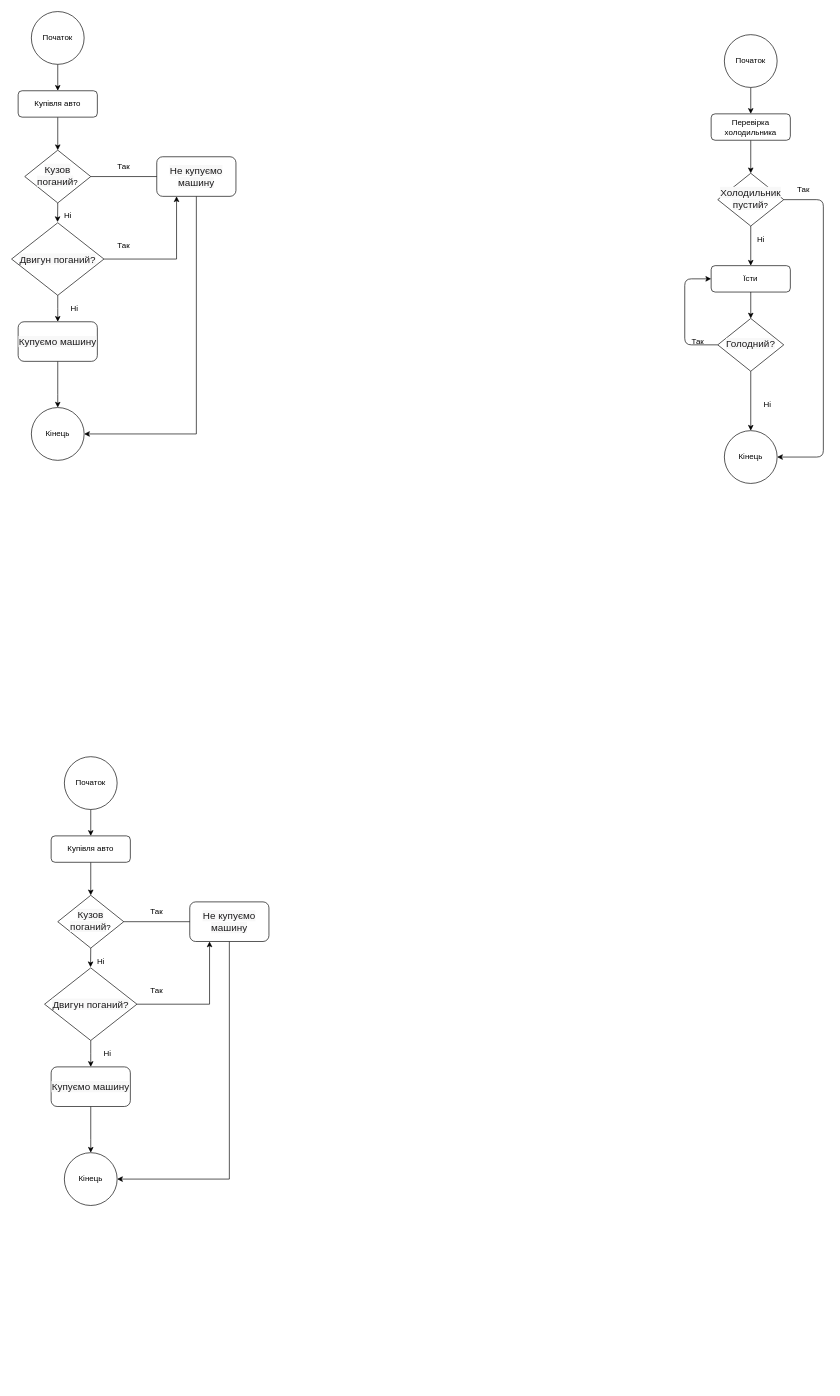
Before: lesson4/lesson4.drawio in lukianenkovitalii/intelistart, a draw.io diagram. Source tidied: cells renumbered, new cells numbered last; positions are measured from the earlier drawing's top-left corner, leaving out a move shared by most shapes. Both pictures are drawn from the tidied source at 66%, with x=0, y=0 at pixel (11, 11).
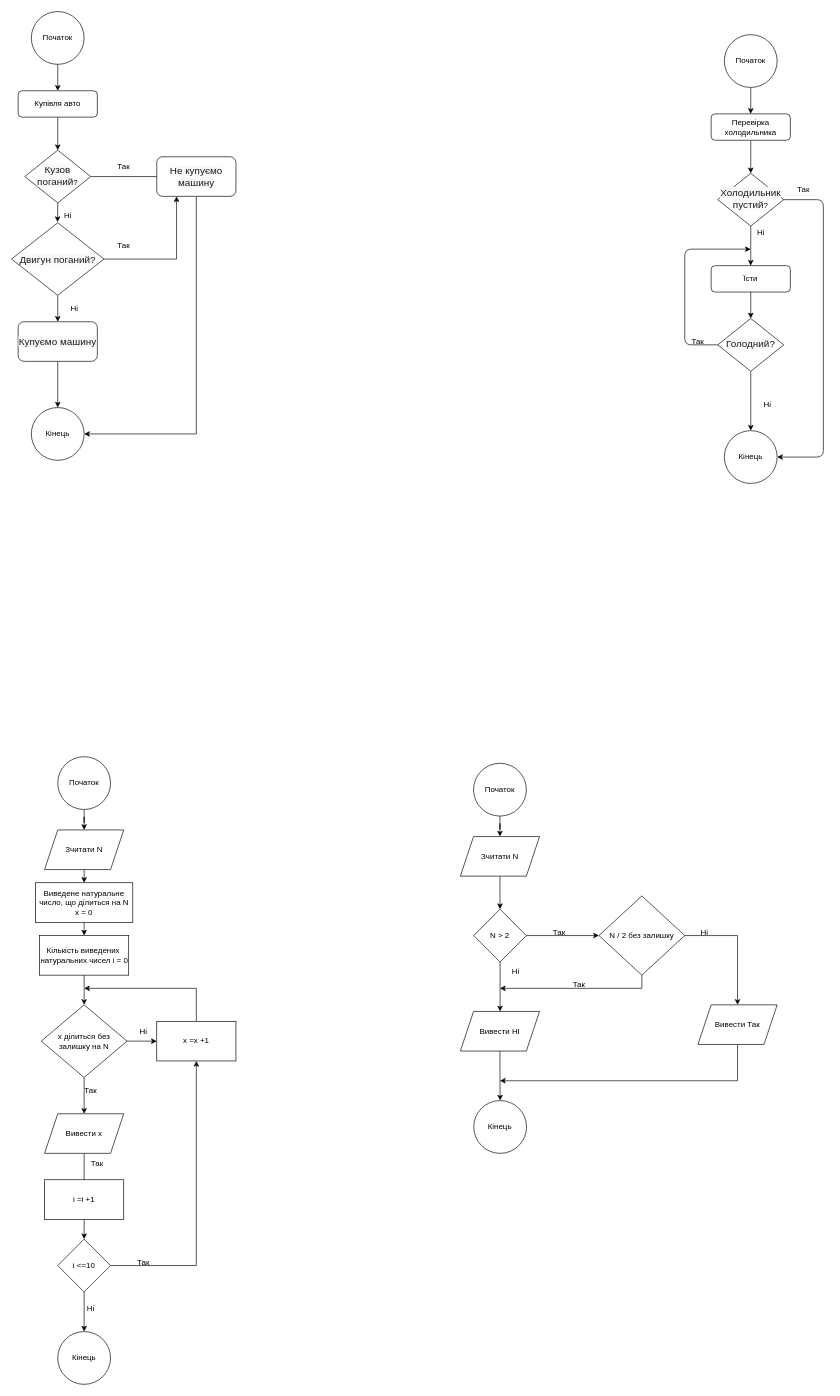
Above is the later version.

Unchanged cells that the change refers to:
```xml
<mxCell id="31" value="Їсти" style="rounded=1;whiteSpace=wrap;html=1;fontSize=12;glass=0;strokeWidth=1;shadow=0;" parent="1" vertex="1">
  <mxGeometry x="1060" y="385" width="120" height="40" as="geometry" />
</mxCell>
<mxCell id="34" value="&lt;div style=&quot;text-align: left&quot;&gt;&lt;font color=&quot;#1d1c1d&quot;&gt;&lt;span style=&quot;font-size: 15px ; background-color: rgb(248 , 248 , 248)&quot;&gt;Голодний?&lt;/span&gt;&lt;/font&gt;&lt;/div&gt;" style="rhombus;whiteSpace=wrap;html=1;shadow=0;fontFamily=Helvetica;fontSize=12;align=center;strokeWidth=1;spacing=6;spacingTop=-4;" parent="1" vertex="1">
  <mxGeometry x="1070" y="465" width="100" height="80" as="geometry" />
</mxCell>
```

What changed in the source:
```diff
@@
     <mxCell id="27" value="Ні" style="text;html=1;align=center;verticalAlign=middle;fillColor=none;strokeColor=none;rounded=0;" parent="1" vertex="1">
-      <mxGeometry x="1120" y="335" width="30" height="20" as="geometry" />
+      <mxGeometry x="1120" y="325" width="30" height="20" as="geometry" />
     </mxCell>
@@
-    <mxCell id="32" style="edgeStyle=orthogonalEdgeStyle;html=1;exitX=0;exitY=0.5;exitDx=0;exitDy=0;fontSize=12;entryX=0;entryY=0.5;entryDx=0;entryDy=0;" parent="1" edge="1" source="34" target="31">
+    <mxCell id="32" style="edgeStyle=orthogonalEdgeStyle;html=1;exitX=0;exitY=0.5;exitDx=0;exitDy=0;fontSize=12;" parent="1" edge="1" source="34">
       <mxGeometry relative="1" as="geometry">
+        <mxPoint x="1120" y="360" as="targetPoint" />
         <Array as="points">
           <mxPoint x="1020" y="505" />
-          <mxPoint x="1020" y="405" />
+          <mxPoint x="1020" y="360" />
+          <mxPoint x="1060" y="360" />
         </Array>
       </mxGeometry>
     </mxCell>
@@
-    <mxCell id="39" style="edgeStyle=orthogonalEdgeStyle;rounded=0;jettySize=auto;html=1;exitX=0.5;exitY=1;exitDx=0;exitDy=0;entryX=0.5;entryY=0;entryDx=0;entryDy=0;" parent="1" edge="1" source="40" target="43">
-      <mxGeometry relative="1" as="geometry" />
-    </mxCell>
-    <mxCell id="40" value="Купівля авто" style="rounded=1;whiteSpace=wrap;html=1;fontSize=12;glass=0;strokeWidth=1;shadow=0;" parent="1" vertex="1">
-      <mxGeometry x="60" y="1249" width="120" height="40" as="geometry" />
-    </mxCell>
-    <mxCell id="41" style="edgeStyle=orthogonalEdgeStyle;rounded=0;jettySize=auto;html=1;exitX=1;exitY=0.5;exitDx=0;exitDy=0;startArrow=none;" parent="1" edge="1" source="57">
-      <mxGeometry relative="1" as="geometry">
-        <mxPoint x="390" y="1379" as="targetPoint" />
-      </mxGeometry>
-    </mxCell>
-    <mxCell id="42" style="edgeStyle=orthogonalEdgeStyle;rounded=0;jettySize=auto;html=1;exitX=0.5;exitY=1;exitDx=0;exitDy=0;entryX=-0.01;entryY=0.946;entryDx=0;entryDy=0;entryPerimeter=0;" parent="1" edge="1" source="43" target="50">
-      <mxGeometry relative="1" as="geometry" />
-    </mxCell>
-    <mxCell id="43" value="&lt;span style=&quot;color: rgb(29, 28, 29); font-family: Slack-Lato, Slack-Fractions, appleLogo, sans-serif; font-size: 15px; font-variant-ligatures: common-ligatures; text-align: left; background-color: rgb(248, 248, 248);&quot;&gt;Кузов поганий&lt;/span&gt;?" style="rhombus;whiteSpace=wrap;html=1;shadow=0;fontFamily=Helvetica;fontSize=12;align=center;strokeWidth=1;spacing=6;spacingTop=-4;" parent="1" vertex="1">
-      <mxGeometry x="70" y="1339" width="100" height="80" as="geometry" />
-    </mxCell>
-    <mxCell id="44" value="Так" style="text;html=1;strokeColor=none;fillColor=none;align=center;verticalAlign=middle;whiteSpace=wrap;rounded=0;" parent="1" vertex="1">
-      <mxGeometry x="190" y="1349" width="60" height="30" as="geometry" />
-    </mxCell>
-    <mxCell id="45" style="edgeStyle=orthogonalEdgeStyle;rounded=0;jettySize=auto;html=1;exitX=0.5;exitY=1;exitDx=0;exitDy=0;" parent="1" edge="1" source="57" target="46">
-      <mxGeometry relative="1" as="geometry">
-        <Array as="points">
-          <mxPoint x="330" y="1769" />
-        </Array>
-      </mxGeometry>
-    </mxCell>
     <mxCell id="46" value="Кінець" style="ellipse;whiteSpace=wrap;html=1;" parent="1" vertex="1">
-      <mxGeometry x="80" y="1729" width="80" height="80" as="geometry" />
+      <mxGeometry x="70" y="2000" width="80" height="80" as="geometry" />
     </mxCell>
-    <mxCell id="47" style="edgeStyle=orthogonalEdgeStyle;rounded=0;jettySize=auto;html=1;exitX=1;exitY=0.5;exitDx=0;exitDy=0;entryX=0.25;entryY=1;entryDx=0;entryDy=0;" parent="1" edge="1" source="49" target="57">
-      <mxGeometry relative="1" as="geometry" />
-    </mxCell>
-    <mxCell id="48" style="edgeStyle=orthogonalEdgeStyle;rounded=0;jettySize=auto;html=1;" parent="1" edge="1" source="49">
-      <mxGeometry relative="1" as="geometry">
-        <mxPoint x="120" y="1599" as="targetPoint" />
-      </mxGeometry>
-    </mxCell>
-    <mxCell id="49" value="&lt;span style=&quot;color: rgb(29, 28, 29); font-family: Slack-Lato, Slack-Fractions, appleLogo, sans-serif; font-size: 15px; font-variant-ligatures: common-ligatures; text-align: left; background-color: rgb(248, 248, 248);&quot;&gt;Двигун поганий?&lt;/span&gt;" style="rhombus;whiteSpace=wrap;html=1;" parent="1" vertex="1">
-      <mxGeometry x="50" y="1449" width="140" height="110" as="geometry" />
-    </mxCell>
-    <mxCell id="50" value="Ні" style="text;html=1;align=center;verticalAlign=middle;points=[];fillColor=none;strokeColor=none;rounded=0;" parent="1" vertex="1">
-      <mxGeometry x="120" y="1429" width="30" height="20" as="geometry" />
-    </mxCell>
-    <mxCell id="51" value="Так" style="text;html=1;strokeColor=none;fillColor=none;align=center;verticalAlign=middle;whiteSpace=wrap;rounded=0;" parent="1" vertex="1">
-      <mxGeometry x="190" y="1469" width="60" height="30" as="geometry" />
-    </mxCell>
-    <mxCell id="52" style="edgeStyle=orthogonalEdgeStyle;rounded=0;jettySize=auto;html=1;exitX=0.5;exitY=1;exitDx=0;exitDy=0;entryX=0.5;entryY=0;entryDx=0;entryDy=0;" parent="1" edge="1" source="53" target="46">
-      <mxGeometry relative="1" as="geometry">
-        <Array as="points">
-          <mxPoint x="120" y="1709" />
-          <mxPoint x="120" y="1709" />
-        </Array>
-      </mxGeometry>
-    </mxCell>
-    <mxCell id="53" value="&lt;span style=&quot;color: rgb(29, 28, 29); font-family: Slack-Lato, Slack-Fractions, appleLogo, sans-serif; font-size: 15px; font-variant-ligatures: common-ligatures; text-align: left; background-color: rgb(248, 248, 248);&quot;&gt;Купуємо машину&lt;/span&gt;" style="rounded=1;whiteSpace=wrap;html=1;" parent="1" vertex="1">
-      <mxGeometry x="60" y="1599" width="120" height="60" as="geometry" />
-    </mxCell>
-    <mxCell id="54" style="edgeStyle=orthogonalEdgeStyle;rounded=0;jettySize=auto;html=1;entryX=0.5;entryY=0;entryDx=0;entryDy=0;" parent="1" edge="1" source="55" target="40">
-      <mxGeometry relative="1" as="geometry" />
-    </mxCell>
+    <mxCell id="59" style="edgeStyle=orthogonalEdgeStyle;rounded=0;jettySize=auto;html=1;entryX=0.5;entryY=0;entryDx=0;entryDy=0;" parent="1" edge="1" source="55" target="61">
+      <mxGeometry relative="1" as="geometry" />
+    </mxCell>
     <mxCell id="55" value="Початок" style="ellipse;whiteSpace=wrap;html=1;" parent="1" vertex="1">
-      <mxGeometry x="80" y="1129" width="80" height="80" as="geometry" />
+      <mxGeometry x="70" y="1129" width="80" height="80" as="geometry" />
     </mxCell>
-    <mxCell id="56" value="Ні" style="text;html=1;align=center;verticalAlign=middle;fillColor=none;strokeColor=none;rounded=0;" parent="1" vertex="1">
-      <mxGeometry x="130" y="1569" width="30" height="20" as="geometry" />
-    </mxCell>
-    <mxCell id="57" value="&lt;span style=&quot;color: rgb(29, 28, 29); font-family: Slack-Lato, Slack-Fractions, appleLogo, sans-serif; font-size: 15px; font-variant-ligatures: common-ligatures; text-align: left; background-color: rgb(248, 248, 248);&quot;&gt;Не купуємо машину&lt;/span&gt;" style="rounded=1;whiteSpace=wrap;html=1;" parent="1" vertex="1">
-      <mxGeometry x="270" y="1349" width="120" height="60" as="geometry" />
-    </mxCell>
-    <mxCell id="58" style="edgeStyle=orthogonalEdgeStyle;rounded=0;jettySize=auto;html=1;exitX=1;exitY=0.5;exitDx=0;exitDy=0;endArrow=none;" parent="1" edge="1" source="43" target="57">
-      <mxGeometry relative="1" as="geometry" />
-    </mxCell>
+    <mxCell id="60" style="edgeStyle=orthogonalEdgeStyle;rounded=0;jettySize=auto;html=1;" parent="1" edge="1" source="61" target="63">
+      <mxGeometry relative="1" as="geometry" />
+    </mxCell>
+    <mxCell id="61" value="Зчитати N" style="shape=parallelogram;perimeter=parallelogramPerimeter;whiteSpace=wrap;html=1;fixedSize=1;" parent="1" vertex="1">
+      <mxGeometry x="50" y="1240" width="120" height="60" as="geometry" />
+    </mxCell>
+    <mxCell id="62" style="edgeStyle=orthogonalEdgeStyle;rounded=0;jettySize=auto;html=1;" parent="1" edge="1" source="63" target="65">
+      <mxGeometry relative="1" as="geometry" />
+    </mxCell>
+    <mxCell id="63" value="Виведене натуральне число, що ділиться на N&lt;br&gt;x = 0" style="rounded=0;whiteSpace=wrap;html=1;" parent="1" vertex="1">
+      <mxGeometry x="36.2" y="1320" width="147.5" height="60" as="geometry" />
+    </mxCell>
+    <mxCell id="64" style="edgeStyle=orthogonalEdgeStyle;rounded=0;jettySize=auto;html=1;" parent="1" edge="1" source="65" target="68">
+      <mxGeometry relative="1" as="geometry" />
+    </mxCell>
+    <mxCell id="65" value="Кількість виведених&amp;nbsp; натуральних чисел i = 0" style="rounded=0;whiteSpace=wrap;html=1;" parent="1" vertex="1">
+      <mxGeometry x="42.5" y="1400" width="135" height="60" as="geometry" />
+    </mxCell>
+    <mxCell id="66" style="edgeStyle=orthogonalEdgeStyle;rounded=0;jettySize=auto;html=1;" parent="1" edge="1" source="68" target="70">
+      <mxGeometry relative="1" as="geometry" />
+    </mxCell>
+    <mxCell id="67" style="edgeStyle=orthogonalEdgeStyle;rounded=0;jettySize=auto;html=1;" parent="1" edge="1" source="68" target="74">
+      <mxGeometry relative="1" as="geometry" />
+    </mxCell>
+    <mxCell id="68" value="x ділиться без залишку на N" style="rhombus;whiteSpace=wrap;html=1;" parent="1" vertex="1">
+      <mxGeometry x="45" y="1505" width="130" height="110" as="geometry" />
+    </mxCell>
+    <mxCell id="69" style="edgeStyle=orthogonalEdgeStyle;rounded=0;jettySize=auto;html=1;" parent="1" edge="1" source="70">
+      <mxGeometry relative="1" as="geometry">
+        <mxPoint x="110" y="1480" as="targetPoint" />
+        <Array as="points">
+          <mxPoint x="280" y="1480" />
+        </Array>
+      </mxGeometry>
+    </mxCell>
+    <mxCell id="70" value="x =x +1" style="rounded=0;whiteSpace=wrap;html=1;" parent="1" vertex="1">
+      <mxGeometry x="220" y="1530" width="120" height="60" as="geometry" />
+    </mxCell>
+    <mxCell id="71" value="Так" style="text;html=1;strokeColor=none;fillColor=none;align=center;verticalAlign=middle;whiteSpace=wrap;rounded=0;" parent="1" vertex="1">
+      <mxGeometry x="90" y="1620" width="60" height="30" as="geometry" />
+    </mxCell>
+    <mxCell id="72" value="Ні" style="text;html=1;strokeColor=none;fillColor=none;align=center;verticalAlign=middle;whiteSpace=wrap;rounded=0;" parent="1" vertex="1">
+      <mxGeometry x="170" y="1530" width="60" height="30" as="geometry" />
+    </mxCell>
+    <mxCell id="73" style="edgeStyle=orthogonalEdgeStyle;rounded=0;jettySize=auto;html=1;" parent="1" edge="1" source="74" target="77">
+      <mxGeometry relative="1" as="geometry" />
+    </mxCell>
+    <mxCell id="74" value="Вивести x" style="shape=parallelogram;perimeter=parallelogramPerimeter;whiteSpace=wrap;html=1;fixedSize=1;" parent="1" vertex="1">
+      <mxGeometry x="50" y="1670" width="120" height="60" as="geometry" />
+    </mxCell>
+    <mxCell id="75" style="edgeStyle=orthogonalEdgeStyle;rounded=0;jettySize=auto;html=1;exitX=0.5;exitY=1;exitDx=0;exitDy=0;entryX=0.5;entryY=0;entryDx=0;entryDy=0;" parent="1" edge="1" source="77" target="46">
+      <mxGeometry relative="1" as="geometry" />
+    </mxCell>
+    <mxCell id="76" style="edgeStyle=orthogonalEdgeStyle;rounded=0;jettySize=auto;html=1;exitX=1;exitY=0.5;exitDx=0;exitDy=0;entryX=0.5;entryY=1;entryDx=0;entryDy=0;" parent="1" edge="1" source="77" target="70">
+      <mxGeometry relative="1" as="geometry" />
+    </mxCell>
+    <mxCell id="77" value="i &amp;lt;=10" style="rhombus;whiteSpace=wrap;html=1;" parent="1" vertex="1">
+      <mxGeometry x="70" y="1860" width="80" height="80" as="geometry" />
+    </mxCell>
+    <mxCell id="78" value="Так" style="text;html=1;strokeColor=none;fillColor=none;align=center;verticalAlign=middle;whiteSpace=wrap;rounded=0;" parent="1" vertex="1">
+      <mxGeometry x="100" y="1730" width="60" height="30" as="geometry" />
+    </mxCell>
+    <mxCell id="79" value="i =i +1" style="rounded=0;whiteSpace=wrap;html=1;" parent="1" vertex="1">
+      <mxGeometry x="50" y="1770" width="120" height="60" as="geometry" />
+    </mxCell>
+    <mxCell id="80" value="Ні" style="text;html=1;strokeColor=none;fillColor=none;align=center;verticalAlign=middle;whiteSpace=wrap;rounded=0;" parent="1" vertex="1">
+      <mxGeometry x="90" y="1950" width="60" height="30" as="geometry" />
+    </mxCell>
+    <mxCell id="81" value="Так" style="text;html=1;strokeColor=none;fillColor=none;align=center;verticalAlign=middle;whiteSpace=wrap;rounded=0;" parent="1" vertex="1">
+      <mxGeometry x="170" y="1880" width="60" height="30" as="geometry" />
+    </mxCell>
+    <mxCell id="82" value="Кінець" style="ellipse;whiteSpace=wrap;html=1;" parent="1" vertex="1">
+      <mxGeometry x="700.3" y="1650" width="80" height="80" as="geometry" />
+    </mxCell>
+    <mxCell id="83" style="edgeStyle=orthogonalEdgeStyle;rounded=0;jettySize=auto;html=1;entryX=0.5;entryY=0;entryDx=0;entryDy=0;" parent="1" edge="1" source="84" target="86">
+      <mxGeometry relative="1" as="geometry" />
+    </mxCell>
+    <mxCell id="84" value="Початок" style="ellipse;whiteSpace=wrap;html=1;" parent="1" vertex="1">
+      <mxGeometry x="700" y="1139" width="80" height="80" as="geometry" />
+    </mxCell>
+    <mxCell id="85" style="edgeStyle=orthogonalEdgeStyle;rounded=0;jettySize=auto;html=1;entryX=0.5;entryY=0;entryDx=0;entryDy=0;" parent="1" edge="1" source="86" target="89">
+      <mxGeometry relative="1" as="geometry" />
+    </mxCell>
+    <mxCell id="86" value="Зчитати N" style="shape=parallelogram;perimeter=parallelogramPerimeter;whiteSpace=wrap;html=1;fixedSize=1;" parent="1" vertex="1">
+      <mxGeometry x="680" y="1250" width="120" height="60" as="geometry" />
+    </mxCell>
+    <mxCell id="87" style="edgeStyle=orthogonalEdgeStyle;rounded=0;jettySize=auto;html=1;" parent="1" edge="1" source="89" target="91">
+      <mxGeometry relative="1" as="geometry">
+        <Array as="points">
+          <mxPoint x="740" y="1470" />
+          <mxPoint x="740" y="1470" />
+        </Array>
+      </mxGeometry>
+    </mxCell>
+    <mxCell id="88" style="edgeStyle=orthogonalEdgeStyle;rounded=0;jettySize=auto;html=1;" parent="1" edge="1" source="89" target="94">
+      <mxGeometry relative="1" as="geometry" />
+    </mxCell>
+    <mxCell id="89" value="N &amp;gt; 2" style="rhombus;whiteSpace=wrap;html=1;" parent="1" vertex="1">
+      <mxGeometry x="700.3" y="1360" width="79.7" height="80" as="geometry" />
+    </mxCell>
+    <mxCell id="90" style="edgeStyle=orthogonalEdgeStyle;rounded=0;jettySize=auto;html=1;" parent="1" edge="1" source="91" target="82">
+      <mxGeometry relative="1" as="geometry" />
+    </mxCell>
+    <mxCell id="91" value="Вивести НІ" style="shape=parallelogram;perimeter=parallelogramPerimeter;whiteSpace=wrap;html=1;fixedSize=1;" parent="1" vertex="1">
+      <mxGeometry x="680" y="1515" width="120" height="60" as="geometry" />
+    </mxCell>
+    <mxCell id="92" style="edgeStyle=orthogonalEdgeStyle;rounded=0;jettySize=auto;html=1;" parent="1" edge="1" source="94">
+      <mxGeometry relative="1" as="geometry">
+        <mxPoint x="740" y="1480" as="targetPoint" />
+        <Array as="points">
+          <mxPoint x="955" y="1480" />
+        </Array>
+      </mxGeometry>
+    </mxCell>
+    <mxCell id="93" style="edgeStyle=orthogonalEdgeStyle;rounded=0;jettySize=auto;html=1;entryX=0.5;entryY=0;entryDx=0;entryDy=0;" parent="1" edge="1" source="94" target="99">
+      <mxGeometry relative="1" as="geometry" />
+    </mxCell>
+    <mxCell id="94" value="N / 2 без залишку" style="rhombus;whiteSpace=wrap;html=1;" parent="1" vertex="1">
+      <mxGeometry x="890" y="1340" width="130" height="120" as="geometry" />
+    </mxCell>
+    <mxCell id="95" value="Ні" style="text;html=1;strokeColor=none;fillColor=none;align=center;verticalAlign=middle;whiteSpace=wrap;rounded=0;" parent="1" vertex="1">
+      <mxGeometry x="1020" y="1380" width="60" height="30" as="geometry" />
+    </mxCell>
+    <mxCell id="96" value="Ні" style="text;html=1;strokeColor=none;fillColor=none;align=center;verticalAlign=middle;whiteSpace=wrap;rounded=0;" parent="1" vertex="1">
+      <mxGeometry x="733.8" y="1440" width="60" height="30" as="geometry" />
+    </mxCell>
+    <mxCell id="97" value="Так" style="text;html=1;strokeColor=none;fillColor=none;align=center;verticalAlign=middle;whiteSpace=wrap;rounded=0;" parent="1" vertex="1">
+      <mxGeometry x="830" y="1460" width="60" height="30" as="geometry" />
+    </mxCell>
+    <mxCell id="98" style="edgeStyle=orthogonalEdgeStyle;rounded=0;jettySize=auto;html=1;" parent="1" edge="1" source="99">
+      <mxGeometry relative="1" as="geometry">
+        <mxPoint x="740" y="1620" as="targetPoint" />
+        <Array as="points">
+          <mxPoint x="1100" y="1620" />
+        </Array>
+      </mxGeometry>
+    </mxCell>
+    <mxCell id="99" value="Вивести Так" style="shape=parallelogram;perimeter=parallelogramPerimeter;whiteSpace=wrap;html=1;fixedSize=1;" parent="1" vertex="1">
+      <mxGeometry x="1040" y="1505" width="120" height="60" as="geometry" />
+    </mxCell>
+    <mxCell id="100" value="Так" style="text;html=1;strokeColor=none;fillColor=none;align=center;verticalAlign=middle;whiteSpace=wrap;rounded=0;" parent="1" vertex="1">
+      <mxGeometry x="800" y="1380" width="60" height="30" as="geometry" />
+    </mxCell>
```
